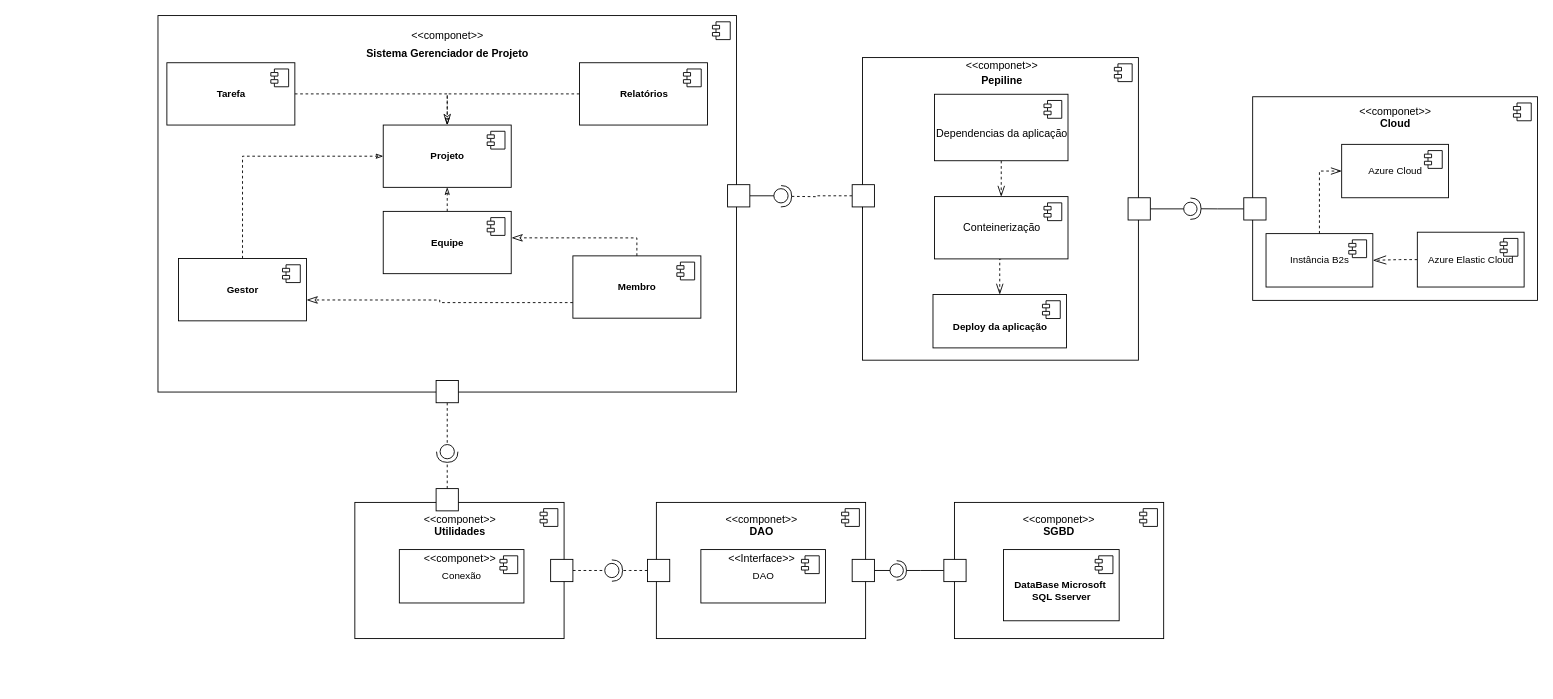
This is TCC Engenharia de software PUC/Diagrama de component/Diagrama componentes Tcc.drawio from leoonn/Diagrama-de-classes, a draw.io file, before an edit. Source tidied: cells renumbered, new cells numbered last; positions are measured from the earlier drawing's top-left corner, leaving out a move shared by most shapes. Both pictures are drawn from the tidied source at 89%, with x=0, y=0 at pixel (158, 15).
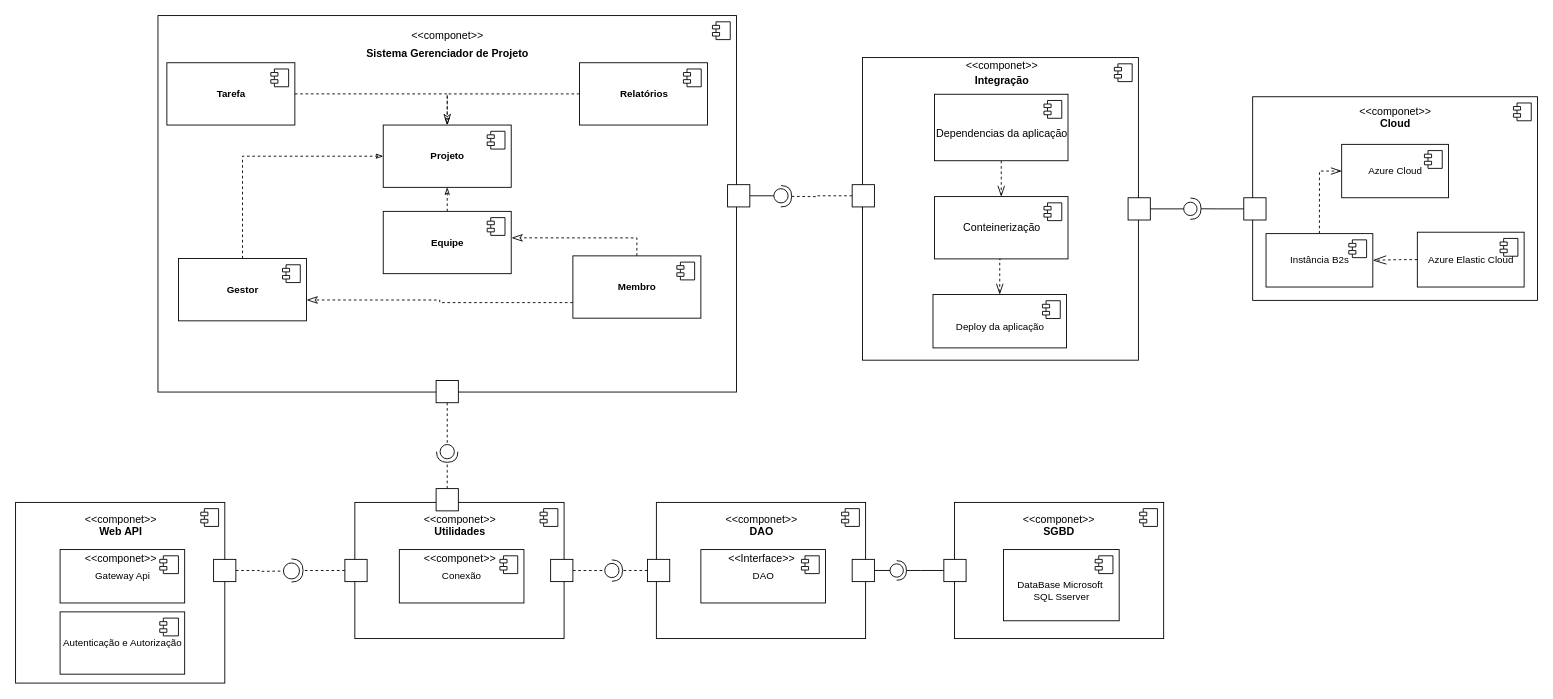
Above is the later version.

Commit message:
Diagrama de componente alterado

What changed in the source:
```diff
@@
-    <mxCell id="14" value="&lt;br&gt;&lt;b&gt;Deploy da aplicação&lt;/b&gt;" style="html=1;fontSize=11;align=center;" parent="1" vertex="1">
+    <mxCell id="14" value="&lt;br&gt;Deploy da aplicação" style="html=1;fontSize=11;align=center;" parent="1" vertex="1">
       <mxGeometry x="870.8" y="313.4" width="150" height="60" as="geometry" />
     </mxCell>
@@
-    <mxCell id="55" value="&lt;b&gt;Pepiline&lt;/b&gt;" style="text;html=1;align=center;verticalAlign=middle;strokeColor=none;fillColor=none;" parent="1" vertex="1">
-      <mxGeometry x="917.5" y="63.1" width="60" height="20" as="geometry" />
+    <mxCell id="55" value="&lt;b&gt;Integração&lt;/b&gt;" style="text;html=1;align=center;verticalAlign=middle;strokeColor=none;fillColor=none;" parent="1" vertex="1">
+      <mxGeometry x="907.5" y="63.1" width="80" height="20" as="geometry" />
     </mxCell>
@@
-    <mxCell id="60" value="&lt;br&gt;&lt;b&gt;DataBase Microsoft&amp;nbsp;&lt;br&gt;SQL Sserver&lt;br&gt;&lt;/b&gt;" style="html=1;fontSize=11;" parent="1" vertex="1">
+    <mxCell id="60" value="&lt;br&gt;DataBase Microsoft&amp;nbsp;&lt;br&gt;SQL Sserver" style="html=1;fontSize=11;" parent="1" vertex="1">
       <mxGeometry x="950" y="600" width="130" height="80" as="geometry" />
     </mxCell>
@@
+    <mxCell id="89" value="&lt;br&gt;&lt;b&gt;&lt;br&gt;&lt;/b&gt;" style="html=1;fontSize=11;" parent="1" vertex="1">
+      <mxGeometry x="-160" y="547" width="235.1" height="203" as="geometry" />
+    </mxCell>
+    <mxCell id="90" style="shape=module;jettyWidth=8;jettyHeight=4;fontSize=11;" parent="89" vertex="1">
+      <mxGeometry x="1" width="20" height="20" relative="1" as="geometry">
+        <mxPoint x="-27" y="7" as="offset" />
+      </mxGeometry>
+    </mxCell>
+    <mxCell id="91" value="Gateway Api" style="html=1;fontSize=11;" parent="1" vertex="1">
+      <mxGeometry x="-110" y="600" width="140" height="60" as="geometry" />
+    </mxCell>
+    <mxCell id="92" style="shape=module;jettyWidth=8;jettyHeight=4;fontSize=11;" parent="91" vertex="1">
+      <mxGeometry x="1" width="21" height="20" relative="1" as="geometry">
+        <mxPoint x="-28" y="7" as="offset" />
+      </mxGeometry>
+    </mxCell>
+    <mxCell id="93" value="&amp;lt;&amp;lt;componet&amp;gt;&amp;gt;" style="text;html=1;align=center;verticalAlign=middle;strokeColor=none;fillColor=none;" parent="1" vertex="1">
+      <mxGeometry x="-92.5" y="556.5" width="100" height="20" as="geometry" />
+    </mxCell>
+    <mxCell id="94" style="edgeStyle=orthogonalEdgeStyle;rounded=0;jettySize=auto;html=1;exitX=1;exitY=0.5;exitDx=0;exitDy=0;dashed=1;endArrow=oval;endFill=0;endSize=18;strokeWidth=1;" parent="1" edge="1" source="95">
+      <mxGeometry relative="1" as="geometry">
+        <mxPoint x="150" y="624" as="targetPoint" />
+      </mxGeometry>
+    </mxCell>
+    <mxCell id="95" style="whiteSpace=wrap;html=1;" parent="1" vertex="1">
+      <mxGeometry x="62.5" y="611" width="25" height="25" as="geometry" />
+    </mxCell>
+    <mxCell id="96" value="&amp;lt;&amp;lt;componet&amp;gt;&amp;gt;" style="text;html=1;align=center;verticalAlign=middle;strokeColor=none;fillColor=none;" parent="1" vertex="1">
+      <mxGeometry x="-92.5" y="600" width="100" height="20" as="geometry" />
+    </mxCell>
+    <mxCell id="97" value="Web API" style="text;html=1;align=center;verticalAlign=middle;strokeColor=none;fillColor=none;fontStyle=1;" parent="1" vertex="1">
+      <mxGeometry x="-72.5" y="570" width="60" height="20" as="geometry" />
+    </mxCell>
+    <mxCell id="98" style="edgeStyle=orthogonalEdgeStyle;rounded=0;jettySize=auto;html=1;exitX=0;exitY=0.5;exitDx=0;exitDy=0;dashed=1;endArrow=halfCircle;endFill=0;endSize=11;strokeWidth=1;" parent="1" edge="1" source="99">
+      <mxGeometry relative="1" as="geometry">
+        <mxPoint x="150" y="623.5" as="targetPoint" />
+      </mxGeometry>
+    </mxCell>
+    <mxCell id="99" style="whiteSpace=wrap;html=1;" parent="1" vertex="1">
+      <mxGeometry x="210" y="611" width="25" height="25" as="geometry" />
+    </mxCell>
+    <mxCell id="100" value="Autenticação e Autorização" style="html=1;fontSize=11;" parent="1" vertex="1">
+      <mxGeometry x="-110" y="670" width="140" height="70" as="geometry" />
+    </mxCell>
+    <mxCell id="101" style="shape=module;jettyWidth=8;jettyHeight=4;fontSize=11;" parent="100" vertex="1">
+      <mxGeometry x="1" width="21" height="20" relative="1" as="geometry">
+        <mxPoint x="-28" y="7" as="offset" />
+      </mxGeometry>
+    </mxCell>
```
